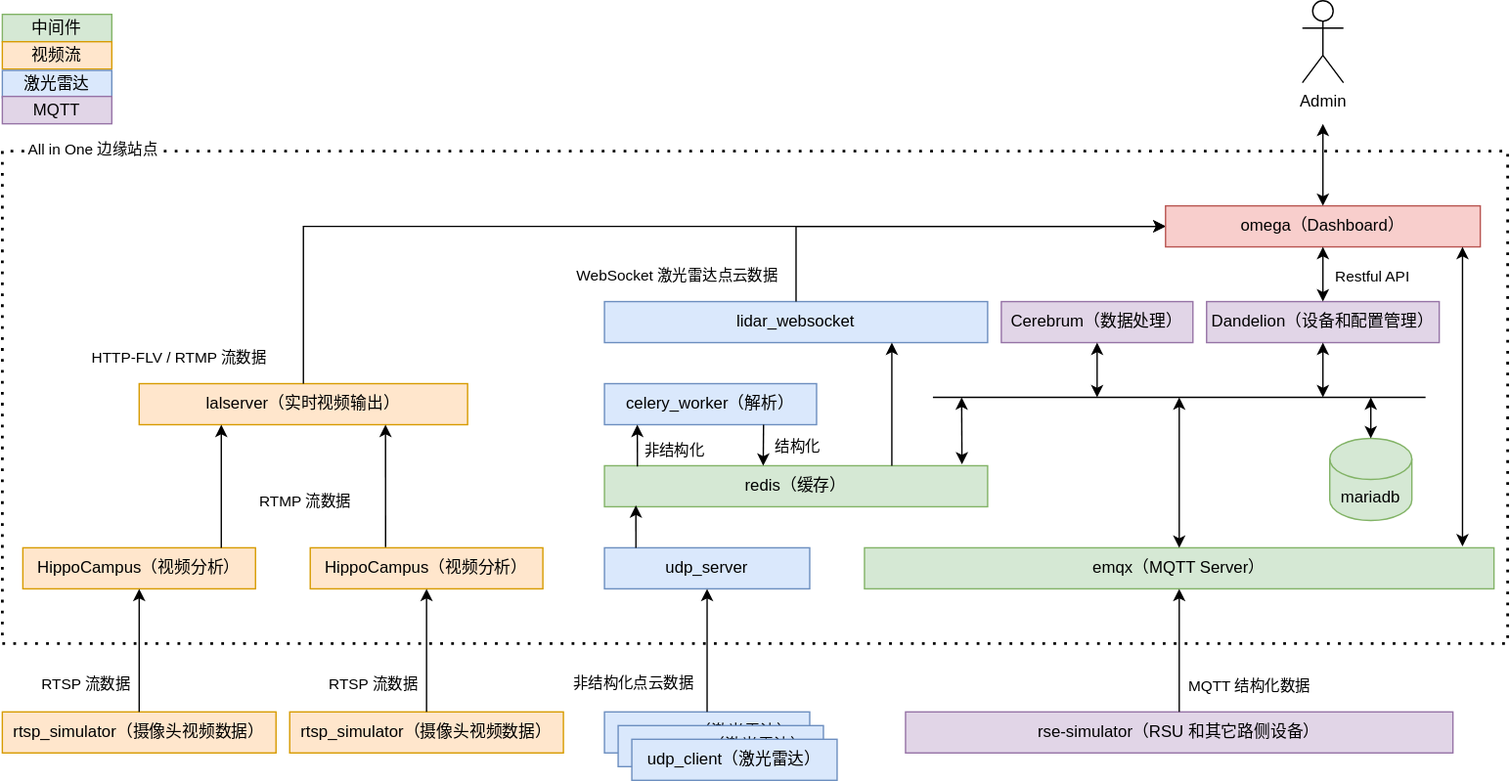
Earlier version of the draw.io export docs/images/openv2x-deployment-aio.drawio.svg (open-v2x/docs). Source tidied: cells renumbered, new cells last; positions are measured from the earlier drawing's top-left corner, leaving out a move shared by most shapes.
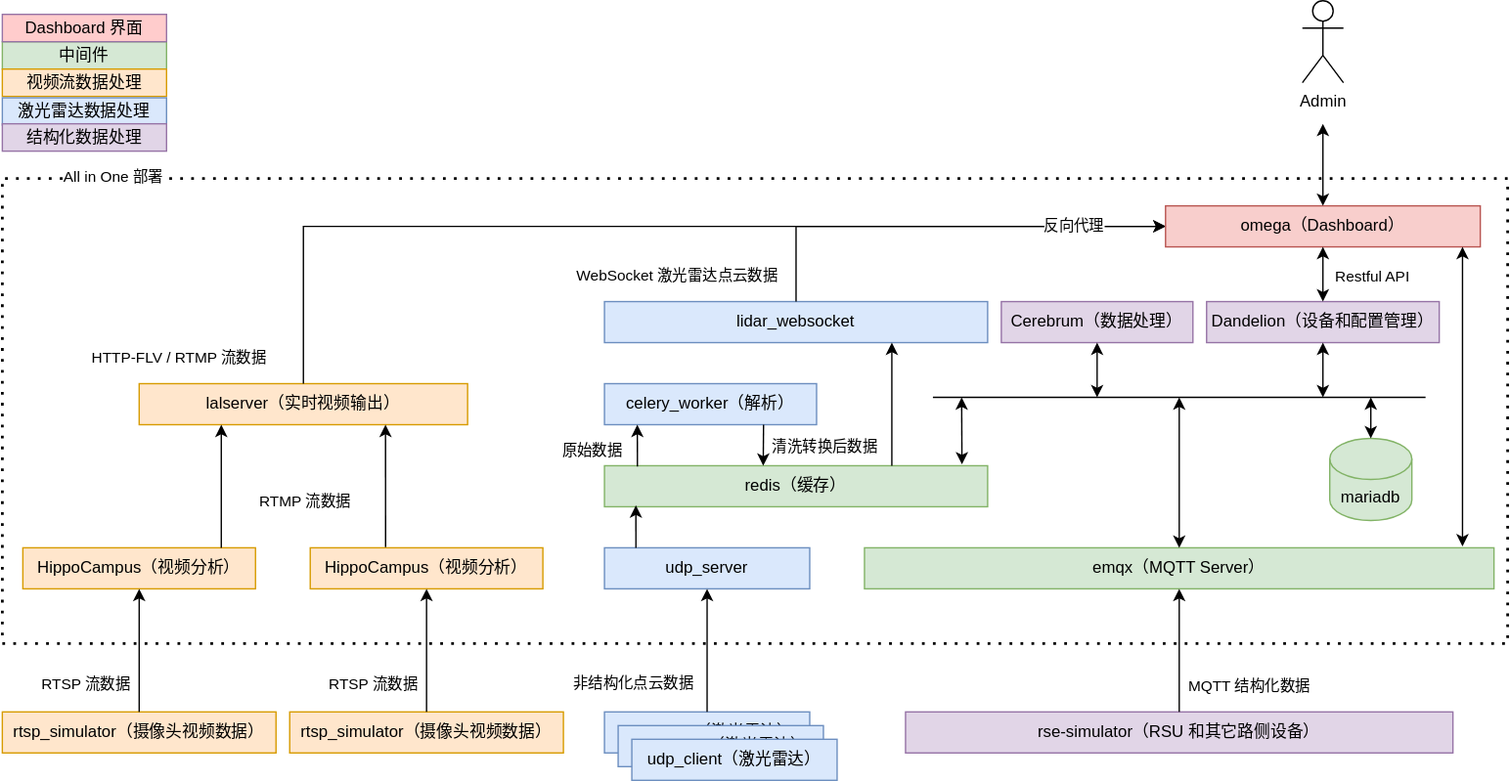
The same diagram one commit later.

Commit message:
docs: add openv2x function module map (#165)

The edit, as a diff of the source:
```diff
@@ -116,6 +116,9 @@
         <mxPoint x="-96" y="33" as="offset" />
       </mxGeometry>
     </mxCell>
+    <mxCell id="58" value="反向代理" style="edgeLabel;html=1;align=center;verticalAlign=middle;" parent="30" vertex="1">
+      <mxGeometry x="0.58" y="1" relative="1" as="geometry" />
+    </mxCell>
     <mxCell id="32" style="endArrow=classic;html=1;rounded=0;entryX=0.082;entryY=0.967;entryDx=0;entryDy=0;entryPerimeter=0;" parent="1" edge="1" target="24">
       <mxGeometry relative="1" as="geometry">
         <mxPoint x="463" y="400" as="sourcePoint" />
@@ -126,9 +129,9 @@
         <mxPoint x="464" y="310" as="targetPoint" />
       </mxGeometry>
     </mxCell>
-    <mxCell id="34" value="非结构化" style="edgeLabel;html=1;align=center;verticalAlign=middle;" parent="33" vertex="1">
+    <mxCell id="34" value="原始数据" style="edgeLabel;html=1;align=center;verticalAlign=middle;" parent="33" vertex="1">
       <mxGeometry x="-0.21" y="-2" relative="1" as="geometry">
-        <mxPoint x="24" as="offset" />
+        <mxPoint x="-36" as="offset" />
       </mxGeometry>
     </mxCell>
     <mxCell id="35" style="endArrow=classic;html=1;rounded=0;exitX=0.75;exitY=1;exitDx=0;exitDy=0;" parent="1" edge="1" source="23">
@@ -136,9 +139,9 @@
         <mxPoint x="556" y="340" as="targetPoint" />
       </mxGeometry>
     </mxCell>
-    <mxCell id="36" value="结构化" style="edgeLabel;html=1;align=center;verticalAlign=middle;" parent="35" vertex="1">
+    <mxCell id="36" value="清洗转换后数据" style="edgeLabel;html=1;align=center;verticalAlign=middle;" parent="35" vertex="1">
       <mxGeometry x="0.03" y="1" relative="1" as="geometry">
-        <mxPoint x="23" as="offset" />
+        <mxPoint x="43" as="offset" />
       </mxGeometry>
     </mxCell>
     <mxCell id="37" style="endArrow=classic;html=1;rounded=0;exitX=0.75;exitY=0;exitDx=0;exitDy=0;entryX=0.75;entryY=1;entryDx=0;entryDy=0;" parent="1" edge="1" source="24" target="29">
@@ -206,32 +209,35 @@
         <mxPoint y="470" as="targetPoint" />
         <Array as="points">
           <mxPoint x="1100" y="470" />
-          <mxPoint x="1100" y="110" />
-          <mxPoint y="110" />
+          <mxPoint x="1100" y="130" />
+          <mxPoint y="130" />
         </Array>
       </mxGeometry>
     </mxCell>
-    <mxCell id="52" value="All in One 边缘站点" style="edgeLabel;html=1;align=center;verticalAlign=middle;" parent="51" vertex="1">
+    <mxCell id="52" value="All in One 部署" style="edgeLabel;html=1;align=center;verticalAlign=middle;" parent="51" vertex="1">
       <mxGeometry x="0.74" y="-2" relative="1" as="geometry">
         <mxPoint x="39" as="offset" />
       </mxGeometry>
     </mxCell>
     <mxCell id="53" value="中间件" style="rounded=0;whiteSpace=wrap;html=1;fillColor=#d5e8d4;strokeColor=#82b366;" parent="1" vertex="1">
-      <mxGeometry y="10" width="80" height="20" as="geometry" />
+      <mxGeometry y="30" width="120" height="20" as="geometry" />
     </mxCell>
-    <mxCell id="54" value="视频流" style="rounded=0;whiteSpace=wrap;html=1;fillColor=#ffe6cc;strokeColor=#d79b00;" parent="1" vertex="1">
-      <mxGeometry y="30" width="80" height="20" as="geometry" />
+    <mxCell id="54" value="视频流数据处理" style="rounded=0;whiteSpace=wrap;html=1;fillColor=#ffe6cc;strokeColor=#d79b00;" parent="1" vertex="1">
+      <mxGeometry y="50" width="120" height="20" as="geometry" />
     </mxCell>
-    <mxCell id="55" value="激光雷达" style="rounded=0;whiteSpace=wrap;html=1;fillColor=#dae8fc;strokeColor=#6c8ebf;" parent="1" vertex="1">
-      <mxGeometry y="51" width="80" height="20" as="geometry" />
+    <mxCell id="55" value="激光雷达数据处理" style="rounded=0;whiteSpace=wrap;html=1;fillColor=#dae8fc;strokeColor=#6c8ebf;" parent="1" vertex="1">
+      <mxGeometry y="71" width="120" height="20" as="geometry" />
     </mxCell>
-    <mxCell id="56" value="MQTT" style="rounded=0;whiteSpace=wrap;html=1;fillColor=#e1d5e7;strokeColor=#9673a6;" parent="1" vertex="1">
-      <mxGeometry y="70" width="80" height="20" as="geometry" />
+    <mxCell id="56" value="结构化数据处理" style="rounded=0;whiteSpace=wrap;html=1;fillColor=#e1d5e7;strokeColor=#9673a6;" parent="1" vertex="1">
+      <mxGeometry y="90" width="120" height="20" as="geometry" />
     </mxCell>
     <mxCell id="57" style="endArrow=classic;startArrow=classic;html=1;rounded=0;exitX=0.95;exitY=-0.033;exitDx=0;exitDy=0;exitPerimeter=0;" parent="1" edge="1" source="26">
       <mxGeometry relative="1" as="geometry">
         <mxPoint x="1067" y="180" as="targetPoint" />
       </mxGeometry>
     </mxCell>
+    <mxCell id="59" value="Dashboard 界面" style="rounded=0;whiteSpace=wrap;html=1;fillColor=#FFCCCC;strokeColor=#9673a6;" parent="1" vertex="1">
+      <mxGeometry y="10" width="120" height="20" as="geometry" />
+    </mxCell>
   </root>
 </mxGraphModel>
```
